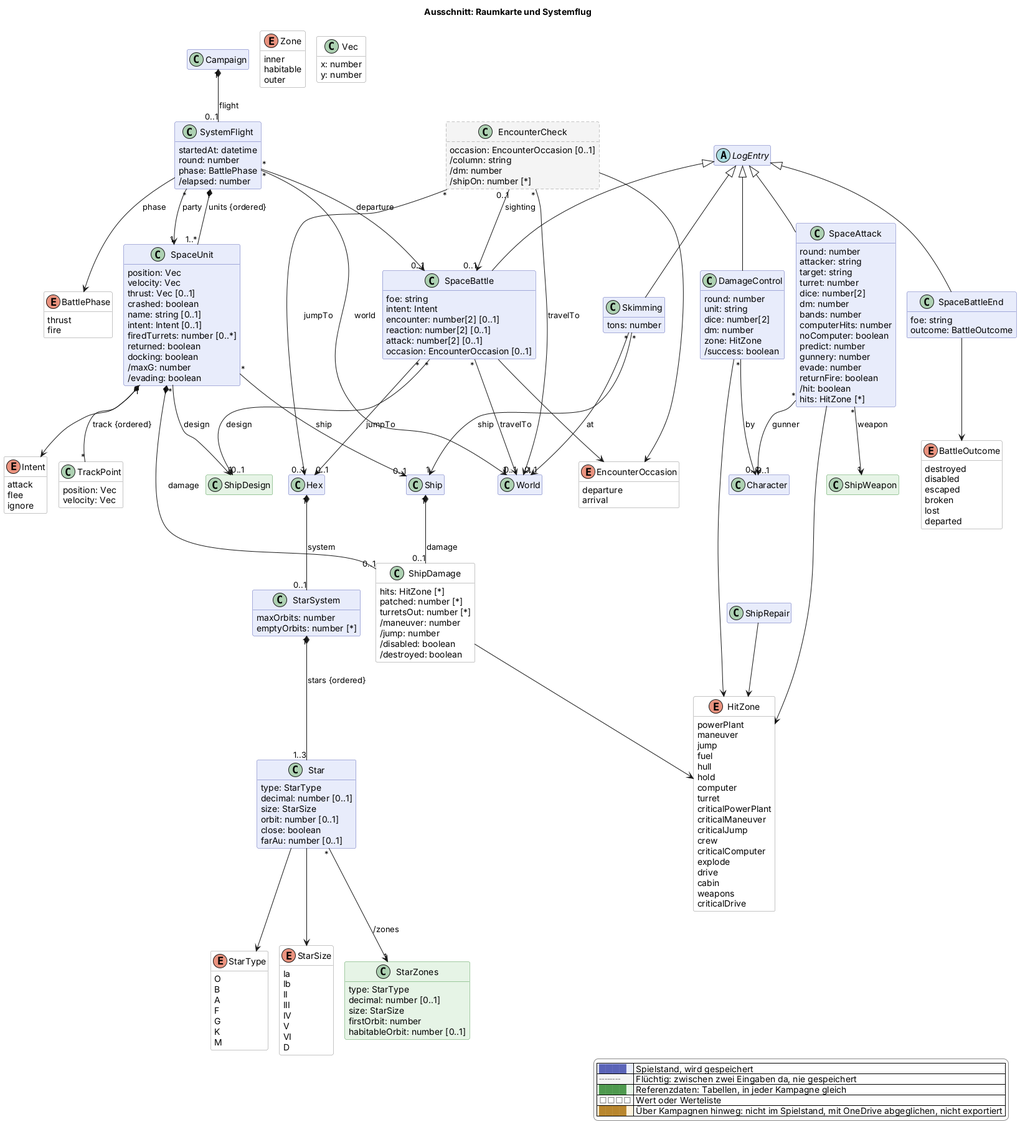
Above: docs/views/raum.png in scuzzar/SRE (PlantUML), before the change. Source of this version:
```plantuml
@startuml
!if %not(%variable_exists("$change"))
!$change = "*"
!endif
!function $marked($c)
!return $change == "*" || $change == $c
!endfunction
!function $new($c, $t)
!if $marked($c)
!return "<color:#d0021b><b>" + $t + "</b></color>"
!endif
!return $t
!endfunction
!procedure $gone($c, $t)
!if $marked($c)
<color:#d0021b><s>$t</s></color>
!endif
!endprocedure
!function $newClass($c)
!if $marked($c)
!return "#line:d0021b;line.bold"
!endif
!return ""
!endfunction
!function $newArrow($c)
!if $marked($c)
!return "[#d0021b,bold]"
!endif
!return ""
!endfunction
!function $goneArrow($c)
!if $marked($c)
!return "[#d0021b,dashed]"
!endif
!return ""
!endfunction
!pragma layout smetana
title Ausschnitt: Raumkarte und Systemflug
hide empty members
hide methods
skinparam classAttributeIconSize 0
skinparam shadowing false
skinparam packageStyle rectangle
skinparam class {
  BackgroundColor #e8ecfb
  BorderColor #5b64b8
  BackgroundColor<<transient>> #f4f4f4
  BorderColor<<transient>> #8a8a8a
  BackgroundColor<<reference>> #e6f4e6
  BorderColor<<reference>> #4f9a4f
  BackgroundColor<<value>> #ffffff
  BorderColor<<value>> #8a8a8a
  BackgroundColor<<browser>> #fdf1dc
  BorderColor<<browser>> #b8862e
}
skinparam legendBackgroundColor #ffffff
skinparam legendBorderColor #8a8a8a
<style>
classDiagram {
  class {
    .transient {
      LineStyle 5-3
    }
  }
}
</style>
hide <<transient>> stereotype
hide <<reference>> stereotype
hide <<value>> stereotype
hide <<browser>> stereotype

  class Campaign $kampagne
  class Character $charakter

  class Ship $schiffe
  class ShipWeapon <<reference>> $schiffe
  class ShipDesign <<reference>> $schiffe


  class SystemFlight $raum {
    startedAt: datetime
    round: number
    phase: BattlePhase
    /elapsed: number
  }
  class StarSystem $raum {
    maxOrbits: number
    emptyOrbits: number [*]
  }
  class Star $raum {
    type: StarType
    decimal: number [0..1]
    size: StarSize
    orbit: number [0..1]
    close: boolean
    farAu: number [0..1]
  }
  enum StarType <<value>> $raum {
    O
    B
    A
    F
    G
    K
    M
  }
  enum StarSize <<value>> $raum {
    Ia
    Ib
    II
    III
    IV
    V
    VI
    D
  }
  enum Zone <<value>> $raum {
    inner
    habitable
    outer
  }
  class StarZones <<reference>> $raum {
    type: StarType
    decimal: number [0..1]
    size: StarSize
    firstOrbit: number
    habitableOrbit: number [0..1]
  }
  class Skimming $raum {
    tons: number
  }
  class ShipDamage <<value>> $raum {
    hits: HitZone [*]
    patched: number [*]
    turretsOut: number [*]
    /maneuver: number
    /jump: number
    /disabled: boolean
    /destroyed: boolean
  }
  enum HitZone <<value>> $raum {
    powerPlant
    maneuver
    jump
    fuel
    hull
    hold
    computer
    turret
    criticalPowerPlant
    criticalManeuver
    criticalJump
    crew
    criticalComputer
    explode
    drive
    cabin
    weapons
    criticalDrive
  }
  enum Intent <<value>> $raum {
    attack
    flee
    ignore
  }
  enum BattlePhase <<value>> $raum {
    thrust
    fire
  }
  class SpaceBattle $raum {
    foe: string
    intent: Intent
    encounter: number[2] [0..1]
    reaction: number[2] [0..1]
    attack: number[2] [0..1]
    occasion: EncounterOccasion [0..1]
  }
  enum EncounterOccasion <<value>> $raum {
    departure
    arrival
  }
  class EncounterCheck <<transient>> $raum {
    occasion: EncounterOccasion [0..1]
    /column: string
    /dm: number
    /shipOn: number [*]
  }
  class SpaceAttack $raum {
    round: number
    attacker: string
    target: string
    turret: number
    dice: number[2]
    dm: number
    bands: number
    computerHits: number
    noComputer: boolean
    predict: number
    gunnery: number
    evade: number
    returnFire: boolean
    /hit: boolean
    hits: HitZone [*]
  }
  class SpaceBattleEnd $raum {
    foe: string
    outcome: BattleOutcome
  }
  enum BattleOutcome <<value>> $raum {
    destroyed
    disabled
    escaped
    broken
    lost
    departed
  }
  class SpaceUnit $raum {
    position: Vec
    velocity: Vec
    thrust: Vec [0..1]
    crashed: boolean
    name: string [0..1]
    intent: Intent [0..1]
    firedTurrets: number [0..*]
    returned: boolean
    docking: boolean
    /maxG: number
    /evading: boolean
  }
  class DamageControl $raum {
    round: number
    unit: string
    dice: number[2]
    dm: number
    zone: HitZone
    /success: boolean
  }
  class ShipRepair $schiffe
  class TrackPoint <<value>> $raum {
    position: Vec
    velocity: Vec
  }
  class Vec <<value>> $raum {
    x: number
    y: number
  }


  class Hex $sektor
  class World $sektor


  abstract class LogEntry $probe







Campaign "1" *-- "0..1" SystemFlight : flight
SystemFlight "*" --> "1" World : world
SystemFlight "1" *-- "1..*" SpaceUnit : units {ordered}
SystemFlight --> BattlePhase : phase
SpaceUnit "*" --> "0..1" Ship : ship
SpaceUnit "*" --> "0..1" ShipDesign : design
SpaceUnit "1" *-- "0..1" ShipDamage : damage
Ship "1" *-- "0..1" ShipDamage : damage
ShipDamage --> HitZone
SpaceUnit --> Intent
LogEntry <|-- SpaceBattle
LogEntry <|-- SpaceAttack
LogEntry <|-- SpaceBattleEnd
SpaceBattle "*" --> "1" ShipDesign : design
SpaceAttack "*" --> "1" ShipWeapon : weapon
SpaceAttack "*" --> "0..1" Character : gunner
LogEntry <|-- DamageControl
DamageControl --> HitZone
DamageControl "*" --> "0..1" Character : by
ShipRepair --> HitZone
SpaceAttack --> HitZone
SpaceBattleEnd --> BattleOutcome
SpaceBattle --> EncounterOccasion
SpaceBattle "*" --> "0..1" Hex : jumpTo
SpaceBattle "*" --> "0..1" World : travelTo
SystemFlight "*" --> "0..1" SpaceBattle : departure
EncounterCheck "0..1" --> "0..1" SpaceBattle : sighting
EncounterCheck --> EncounterOccasion
EncounterCheck "*" --> "0..1" Hex : jumpTo
EncounterCheck "*" --> "0..1" World : travelTo
SystemFlight "*" --> "1" SpaceUnit : party
SpaceUnit "1" *-- "*" TrackPoint : track {ordered}
LogEntry <|-- Skimming
Skimming "*" --> "1" World : at
Skimming "*" --> "1" Ship : ship
Hex "1" *-- "0..1" StarSystem : system
StarSystem "1" *-- "1..3" Star : stars {ordered}
Star "*" --> "1" StarZones : /zones
Star --> StarType
Star --> StarSize













legend right
  |<#e8ecfb> <color:#5b64b8>████</color> | Spielstand, wird gespeichert |
  |<#f4f4f4> <color:#8a8a8a>╌╌╌╌</color> | Flüchtig: zwischen zwei Eingaben da, nie gespeichert |
  |<#e6f4e6> <color:#4f9a4f>████</color> | Referenzdaten: Tabellen, in jeder Kampagne gleich |
  |<#ffffff> <color:#8a8a8a>□□□□</color> | Wert oder Werteliste |
  |<#fdf1dc> <color:#b8862e>████</color> | Über Kampagnen hinweg: nicht im Spielstand, mit OneDrive abgeglichen, nicht exportiert |
endlegend
@enduml
```
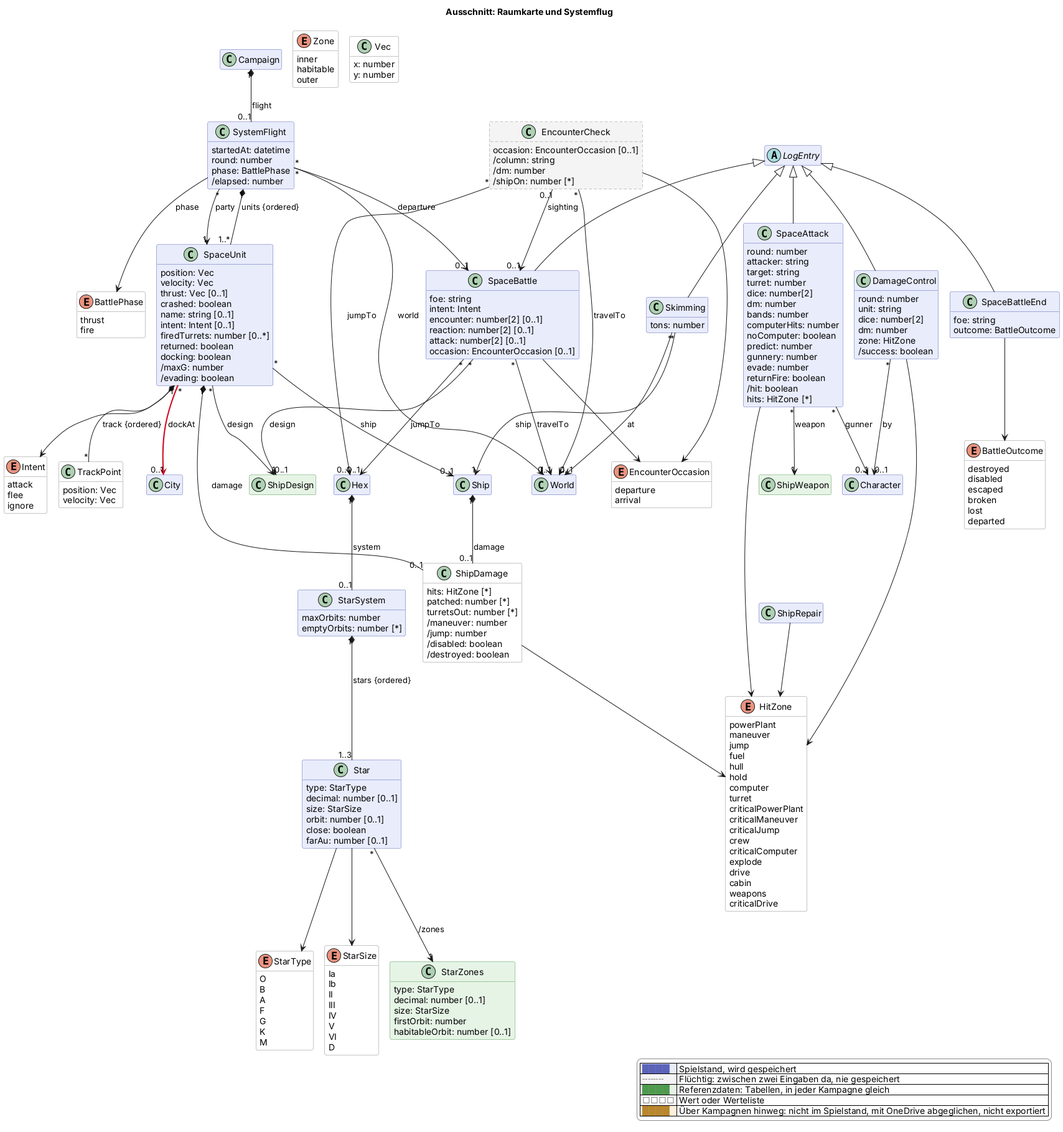
The same diagram one commit later.

The edit, as a diff of the source:
```diff
@@ -254,6 +254,7 @@
 
 
 
+  class City $oberflaeche
 
 
 
@@ -263,6 +264,7 @@
 SystemFlight "1" *-- "1..*" SpaceUnit : units {ordered}
 SystemFlight --> BattlePhase : phase
 SpaceUnit "*" --> "0..1" Ship : ship
+SpaceUnit "*" -$newArrow("2026-11-28b")-> "0..1" City : dockAt
 SpaceUnit "*" --> "0..1" ShipDesign : design
 SpaceUnit "1" *-- "0..1" ShipDamage : damage
 Ship "1" *-- "0..1" ShipDamage : damage
```
